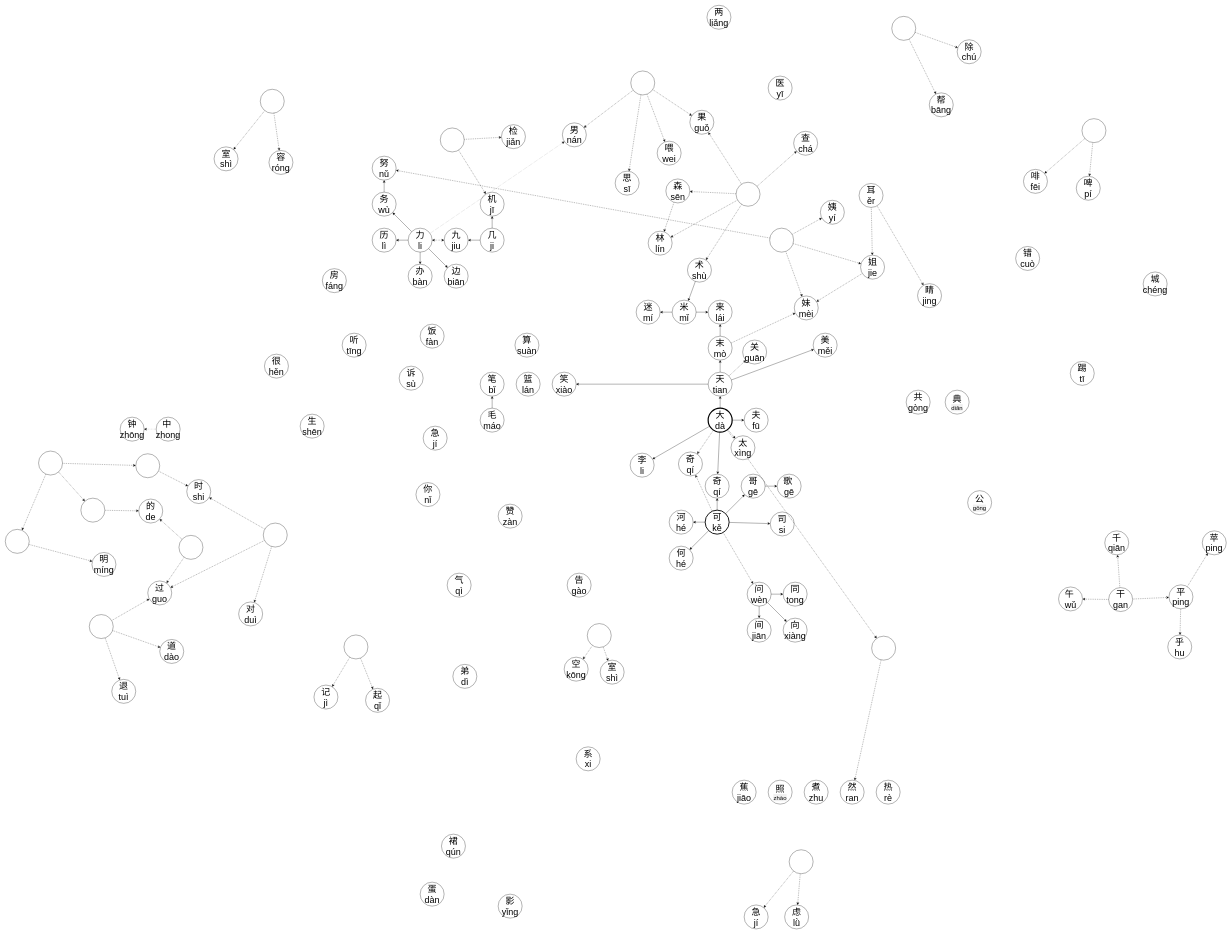
g3m3n30/Python-snippets keeps this draw.io diagram as chinese character map.drawio. Above is the earlier version. Source tidied: cells renumbered, new cells numbered last; positions are measured from the earlier drawing's top-left corner, leaving out a move shared by most shapes. Both pictures are drawn from the tidied source at 30%, with x=0, y=0 at pixel (5, 5).
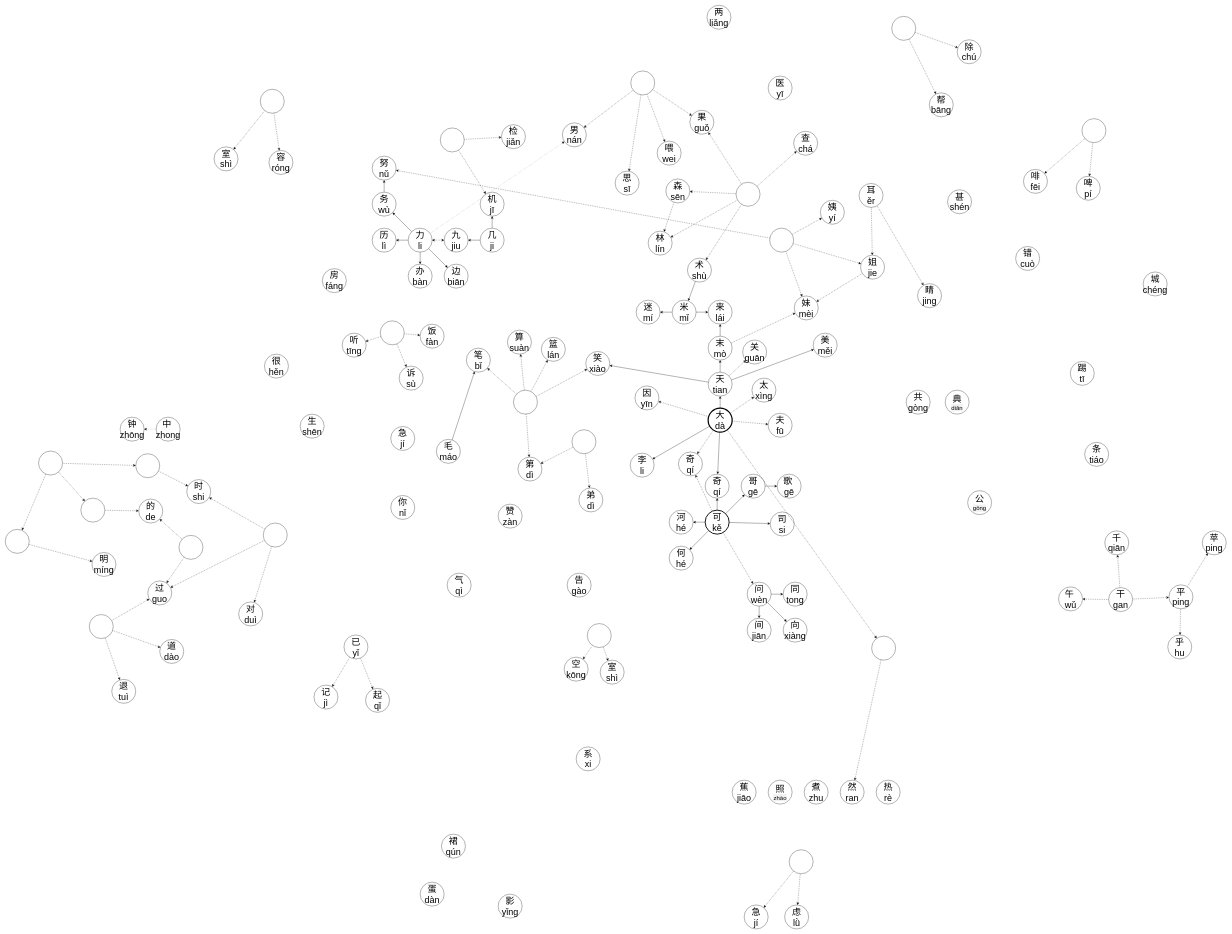
Above is the later version.

The change refers to these unchanged cells:
```xml
<mxCell id="27" value="大&lt;br&gt;dà" style="ellipse;whiteSpace=wrap;html=1;rounded=0;fontFamily=Helvetica;fontSize=30;fontColor=default;fillColor=none;gradientColor=none;strokeWidth=4;" parent="1" vertex="1">
  <mxGeometry x="2343" y="1343" width="80" height="80" as="geometry" />
</mxCell>
<mxCell id="60" value="诉&lt;br&gt;sù" style="ellipse;whiteSpace=wrap;html=1;rounded=0;fontFamily=Helvetica;fontSize=30;fontColor=default;fillColor=none;gradientColor=none;" parent="1" vertex="1">
  <mxGeometry x="1313" y="1203" width="80" height="80" as="geometry" />
</mxCell>
<mxCell id="61" value="饭&lt;br&gt;fàn" style="ellipse;whiteSpace=wrap;html=1;rounded=0;fontFamily=Helvetica;fontSize=30;fontColor=default;fillColor=none;gradientColor=none;" parent="1" vertex="1">
  <mxGeometry x="1383" y="1063" width="80" height="80" as="geometry" />
</mxCell>
<mxCell id="62" value="听&lt;br&gt;tīng" style="ellipse;whiteSpace=wrap;html=1;rounded=0;fontFamily=Helvetica;fontSize=30;fontColor=default;fillColor=none;gradientColor=none;" parent="1" vertex="1">
  <mxGeometry x="1123" y="1093" width="80" height="80" as="geometry" />
</mxCell>
```

What changed in the source:
```diff
@@
     <mxCell id="19" value="&lt;div&gt;篮&lt;/div&gt;&lt;div&gt;lán&lt;/div&gt;" style="ellipse;whiteSpace=wrap;html=1;rounded=0;fontFamily=Helvetica;fontSize=30;fontColor=default;fillColor=none;gradientColor=none;" parent="1" vertex="1">
-      <mxGeometry x="1703" y="1223" width="80" height="80" as="geometry" />
+      <mxGeometry x="1787" y="1107" width="80" height="80" as="geometry" />
     </mxCell>
     <mxCell id="20" value="&lt;div&gt;急&lt;/div&gt;&lt;div&gt;jí&lt;/div&gt;" style="ellipse;whiteSpace=wrap;html=1;rounded=0;fontFamily=Helvetica;fontSize=30;fontColor=default;fillColor=none;gradientColor=none;" parent="1" vertex="1">
-      <mxGeometry x="1393" y="1403" width="80" height="80" as="geometry" />
+      <mxGeometry x="1285" y="1404" width="80" height="80" as="geometry" />
     </mxCell>
@@
-    <mxCell id="23" style="edgeStyle=none;rounded=0;jettySize=auto;html=1;fontFamily=Helvetica;fontSize=30;fontColor=default;" parent="1" edge="1" source="27" target="28">
+    <mxCell id="23" style="edgeStyle=none;rounded=0;jettySize=auto;html=1;fontFamily=Helvetica;fontSize=30;fontColor=default;dashed=1;" parent="1" edge="1" source="27" target="28">
       <mxGeometry relative="1" as="geometry" />
     </mxCell>
@@
+    <mxCell id="217" style="edgeStyle=none;rounded=0;jettySize=auto;html=1;dashed=1;fontSize=30;" parent="1" edge="1" source="27" target="233">
+      <mxGeometry relative="1" as="geometry" />
+    </mxCell>
@@
     <mxCell id="28" value="夫&lt;br&gt;fū" style="ellipse;whiteSpace=wrap;html=1;rounded=0;fontFamily=Helvetica;fontSize=30;fontColor=default;fillColor=none;gradientColor=none;" parent="1" vertex="1">
-      <mxGeometry x="2463" y="1343" width="80" height="80" as="geometry" />
+      <mxGeometry x="2543" y="1360" width="80" height="80" as="geometry" />
     </mxCell>
@@
     <mxCell id="59" value="笑&lt;br&gt;xiào" style="ellipse;whiteSpace=wrap;html=1;rounded=0;fontFamily=Helvetica;fontSize=30;fontColor=default;fillColor=none;gradientColor=none;" parent="1" vertex="1">
-      <mxGeometry x="1823" y="1223" width="80" height="80" as="geometry" />
+      <mxGeometry x="1935" y="1154" width="80" height="80" as="geometry" />
     </mxCell>
@@
     <mxCell id="63" value="笔&lt;br&gt;bǐ" style="ellipse;whiteSpace=wrap;html=1;rounded=0;fontFamily=Helvetica;fontSize=30;fontColor=default;fillColor=none;gradientColor=none;" parent="1" vertex="1">
-      <mxGeometry x="1583" y="1223" width="80" height="80" as="geometry" />
+      <mxGeometry x="1537" y="1143" width="80" height="80" as="geometry" />
     </mxCell>
@@
     <mxCell id="65" value="毛 máo" style="ellipse;whiteSpace=wrap;html=1;rounded=0;fontFamily=Helvetica;fontSize=30;fontColor=default;fillColor=none;gradientColor=none;" parent="1" vertex="1">
-      <mxGeometry x="1583" y="1343" width="80" height="80" as="geometry" />
+      <mxGeometry x="1437" y="1447" width="80" height="80" as="geometry" />
     </mxCell>
@@
-    <mxCell id="101" value="&lt;div&gt;弟&lt;/div&gt;&lt;div&gt;dì&lt;/div&gt;" style="ellipse;whiteSpace=wrap;html=1;fontSize=30;" parent="1" vertex="1">
-      <mxGeometry x="1492" y="2197" width="80" height="80" as="geometry" />
-    </mxCell>
@@
     <mxCell id="107" value="太&lt;br&gt;xìng" style="ellipse;whiteSpace=wrap;html=1;fontSize=30;" parent="1" vertex="1">
-      <mxGeometry x="2419" y="1435" width="80" height="80" as="geometry" />
+      <mxGeometry x="2489" y="1243" width="80" height="80" as="geometry" />
     </mxCell>
     <mxCell id="108" value="你&lt;br&gt;nǐ" style="ellipse;whiteSpace=wrap;html=1;fontSize=30;" parent="1" vertex="1">
-      <mxGeometry x="1369" y="1591" width="80" height="80" as="geometry" />
+      <mxGeometry x="1285" y="1634" width="80" height="80" as="geometry" />
     </mxCell>
@@
-    <mxCell id="137" style="ellipse;whiteSpace=wrap;html=1;fontSize=30;" parent="1" vertex="1">
+    <mxCell id="137" value="&lt;div style=&quot;border-color: var(--border-color);&quot;&gt;已&lt;/div&gt;&lt;div style=&quot;border-color: var(--border-color);&quot;&gt;yǐ&lt;/div&gt;" style="ellipse;whiteSpace=wrap;html=1;fontSize=30;" parent="1" vertex="1">
       <mxGeometry x="1129" y="2099" width="80" height="80" as="geometry" />
     </mxCell>
@@
     <mxCell id="169" value="&lt;div&gt;算&lt;/div&gt;&lt;div&gt;suàn&lt;/div&gt;" style="ellipse;whiteSpace=wrap;html=1;strokeWidth=1;fontSize=30;" parent="1" vertex="1">
-      <mxGeometry x="1699" y="1093" width="80" height="80" as="geometry" />
+      <mxGeometry x="1674" y="1083" width="80" height="80" as="geometry" />
     </mxCell>
@@
+    <mxCell id="218" value="&lt;div&gt;甚&lt;/div&gt;&lt;div&gt;shén&lt;/div&gt;" style="ellipse;whiteSpace=wrap;html=1;fontSize=30;fillColor=default;" parent="1" vertex="1">
+      <mxGeometry x="3141" y="615" width="80" height="80" as="geometry" />
+    </mxCell>
+    <mxCell id="219" style="edgeStyle=none;rounded=0;jettySize=auto;html=1;dashed=1;fontSize=30;" parent="1" edge="1" source="222" target="62">
+      <mxGeometry relative="1" as="geometry" />
+    </mxCell>
+    <mxCell id="220" style="edgeStyle=none;rounded=0;jettySize=auto;html=1;dashed=1;fontSize=30;" parent="1" edge="1" source="222" target="60">
+      <mxGeometry relative="1" as="geometry" />
+    </mxCell>
+    <mxCell id="221" style="edgeStyle=none;rounded=0;jettySize=auto;html=1;dashed=1;fontSize=30;" parent="1" edge="1" source="222" target="61">
+      <mxGeometry relative="1" as="geometry" />
+    </mxCell>
+    <mxCell id="222" style="ellipse;whiteSpace=wrap;html=1;fontSize=30;fillColor=default;" parent="1" vertex="1">
+      <mxGeometry x="1250" y="1052" width="80" height="80" as="geometry" />
+    </mxCell>
+    <mxCell id="101" value="&lt;div&gt;弟&lt;/div&gt;&lt;div&gt;dì&lt;/div&gt;" style="ellipse;whiteSpace=wrap;html=1;fontSize=30;" parent="1" vertex="1">
+      <mxGeometry x="1912" y="1609" width="80" height="80" as="geometry" />
+    </mxCell>
+    <mxCell id="223" value="&lt;div&gt;第&lt;/div&gt;&lt;div&gt;dì&lt;/div&gt;" style="ellipse;whiteSpace=wrap;html=1;fontSize=30;fillColor=default;" parent="1" vertex="1">
+      <mxGeometry x="1709" y="1506" width="80" height="80" as="geometry" />
+    </mxCell>
+    <mxCell id="224" style="edgeStyle=none;rounded=0;jettySize=auto;html=1;dashed=1;fontSize=30;" parent="1" edge="1" source="226" target="101">
+      <mxGeometry relative="1" as="geometry" />
+    </mxCell>
+    <mxCell id="225" style="edgeStyle=none;rounded=0;jettySize=auto;html=1;dashed=1;fontSize=30;" parent="1" edge="1" source="226" target="223">
+      <mxGeometry relative="1" as="geometry" />
+    </mxCell>
+    <mxCell id="226" style="ellipse;whiteSpace=wrap;html=1;fontSize=30;fillColor=default;" parent="1" vertex="1">
+      <mxGeometry x="1889" y="1415" width="80" height="80" as="geometry" />
+    </mxCell>
+    <mxCell id="227" style="edgeStyle=none;rounded=0;jettySize=auto;html=1;dashed=1;fontSize=30;" parent="1" edge="1" source="232" target="223">
+      <mxGeometry relative="1" as="geometry" />
+    </mxCell>
+    <mxCell id="228" style="edgeStyle=none;rounded=0;jettySize=auto;html=1;dashed=1;fontSize=30;" parent="1" edge="1" source="232" target="63">
+      <mxGeometry relative="1" as="geometry" />
+    </mxCell>
+    <mxCell id="229" style="edgeStyle=none;rounded=0;jettySize=auto;html=1;dashed=1;fontSize=30;" parent="1" edge="1" source="232" target="169">
+      <mxGeometry relative="1" as="geometry" />
+    </mxCell>
+    <mxCell id="230" style="edgeStyle=none;rounded=0;jettySize=auto;html=1;dashed=1;fontSize=30;" parent="1" edge="1" source="232" target="19">
+      <mxGeometry relative="1" as="geometry" />
+    </mxCell>
+    <mxCell id="231" style="edgeStyle=none;rounded=0;jettySize=auto;html=1;dashed=1;fontSize=30;" parent="1" edge="1" source="232" target="59">
+      <mxGeometry relative="1" as="geometry" />
+    </mxCell>
+    <mxCell id="232" style="ellipse;whiteSpace=wrap;html=1;fontSize=30;fillColor=default;" parent="1" vertex="1">
+      <mxGeometry x="1694" y="1283" width="80" height="80" as="geometry" />
+    </mxCell>
+    <mxCell id="233" value="&lt;div&gt;因&lt;/div&gt;&lt;div&gt;yīn&lt;/div&gt;" style="ellipse;whiteSpace=wrap;html=1;fontSize=30;fillColor=default;" parent="1" vertex="1">
+      <mxGeometry x="2099" y="1269" width="80" height="80" as="geometry" />
+    </mxCell>
+    <mxCell id="234" value="&lt;div&gt;条&lt;/div&gt;&lt;div&gt;tiáo&lt;/div&gt;" style="ellipse;whiteSpace=wrap;html=1;fontSize=30;fillColor=default;" parent="1" vertex="1">
+      <mxGeometry x="3598" y="1457" width="80" height="80" as="geometry" />
+    </mxCell>
```
